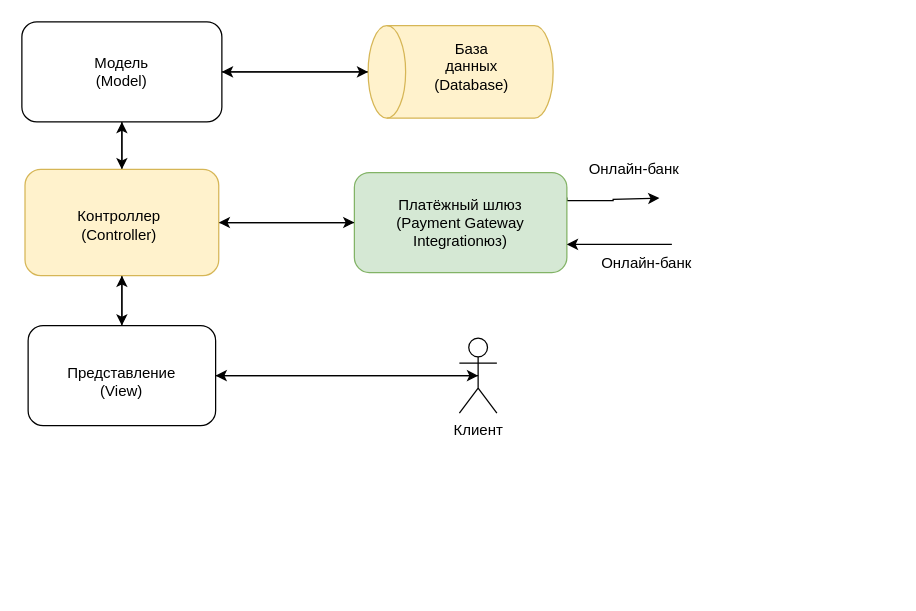
This is Структура интернет-магазина.drawio from kostya1962/Cyberimmunity, a draw.io file, before an edit. Source tidied: cells renumbered, new cells numbered last; positions are measured from the earlier drawing's top-left corner, leaving out a move shared by most shapes. Both pictures are drawn from the tidied source at 125%, with x=0, y=0 at pixel (21, -21).
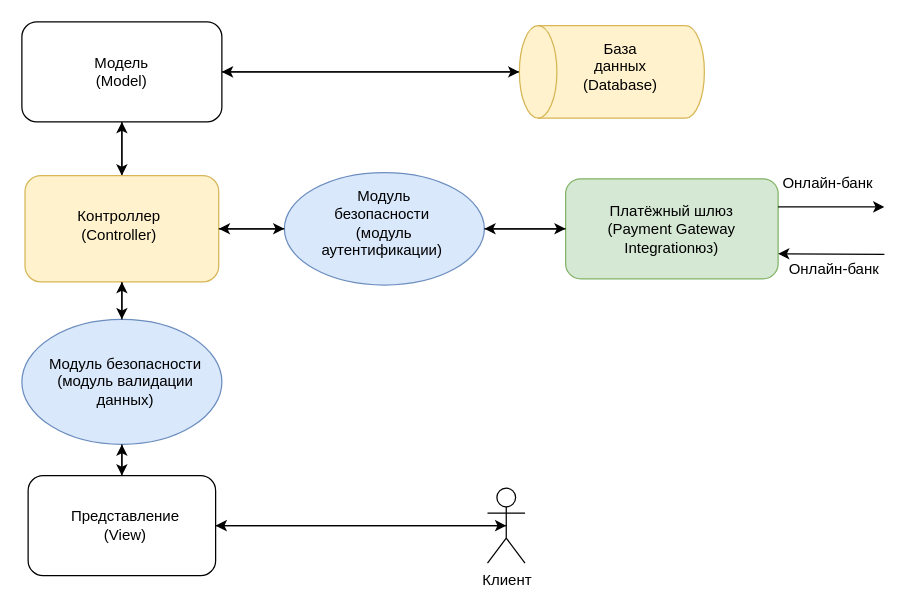
After the change.

Change to the diagram source:
```diff
@@
     <mxCell id="3" style="shape=cylinder3;whiteSpace=wrap;html=1;boundedLbl=1;backgroundOutline=1;size=15;rotation=-90;fillColor=#fff2cc;strokeColor=#d6b656;" parent="1" vertex="1">
-      <mxGeometry x="314" width="74" height="148" as="geometry" />
+      <mxGeometry x="435" width="74" height="148" as="geometry" />
     </mxCell>
-    <mxCell id="4" style="edgeStyle=orthogonalEdgeStyle;rounded=0;jettySize=auto;html=1;exitX=0;exitY=0.5;exitDx=0;exitDy=0;entryX=1;entryY=0.5;entryDx=0;entryDy=0;" parent="1" edge="1" source="6" target="12">
-      <mxGeometry relative="1" as="geometry" />
-    </mxCell>
-    <mxCell id="5" style="edgeStyle=orthogonalEdgeStyle;rounded=0;jettySize=auto;html=1;exitX=1;exitY=0.25;exitDx=0;exitDy=0;" parent="1" edge="1" source="6">
-      <mxGeometry relative="1" as="geometry">
-        <mxPoint x="510" y="175" as="targetPoint" />
-        <Array as="points">
-          <mxPoint x="436" y="177" />
-          <mxPoint x="473" y="177" />
-          <mxPoint x="473" y="176" />
-        </Array>
-      </mxGeometry>
-    </mxCell>
     <mxCell id="6" style="rounded=1;whiteSpace=wrap;html=1;fillColor=#d5e8d4;strokeColor=#82b366;" parent="1" vertex="1">
-      <mxGeometry x="266" y="154.5" width="170" height="80" as="geometry" />
+      <mxGeometry x="435" y="159.5" width="170" height="80" as="geometry" />
     </mxCell>
@@
-    <mxCell id="10" style="edgeStyle=orthogonalEdgeStyle;rounded=0;jettySize=auto;html=1;exitX=0.5;exitY=1;exitDx=0;exitDy=0;entryX=0.5;entryY=0;entryDx=0;entryDy=0;" parent="1" edge="1" source="12" target="14">
-      <mxGeometry relative="1" as="geometry" />
-    </mxCell>
-    <mxCell id="11" style="edgeStyle=orthogonalEdgeStyle;rounded=0;jettySize=auto;html=1;exitX=1;exitY=0.5;exitDx=0;exitDy=0;entryX=0;entryY=0.5;entryDx=0;entryDy=0;" parent="1" edge="1" source="12" target="6">
-      <mxGeometry relative="1" as="geometry" />
-    </mxCell>
     <mxCell id="12" style="rounded=1;whiteSpace=wrap;html=1;fillColor=#fff2cc;strokeColor=#d6b656;" parent="1" vertex="1">
-      <mxGeometry x="2.5" y="152" width="155" height="85" as="geometry" />
+      <mxGeometry x="2.5" y="157" width="155" height="85" as="geometry" />
     </mxCell>
-    <mxCell id="13" style="edgeStyle=orthogonalEdgeStyle;rounded=0;jettySize=auto;html=1;exitX=0.5;exitY=0;exitDx=0;exitDy=0;entryX=0.5;entryY=1;entryDx=0;entryDy=0;" parent="1" edge="1" source="14" target="12">
-      <mxGeometry relative="1" as="geometry" />
-    </mxCell>
     <mxCell id="14" style="rounded=1;whiteSpace=wrap;html=1;" parent="1" vertex="1">
-      <mxGeometry x="5" y="277" width="150" height="80" as="geometry" />
+      <mxGeometry x="5" y="397" width="150" height="80" as="geometry" />
     </mxCell>
     <mxCell id="15" value="Клиент" style="shape=umlActor;verticalLabelPosition=bottom;verticalAlign=top;html=1;outlineConnect=0;align=center;fontStyle=0;" parent="1" vertex="1">
-      <mxGeometry x="350" y="287" width="30" height="60" as="geometry" />
+      <mxGeometry x="372.5" y="407" width="30" height="60" as="geometry" />
     </mxCell>
@@
     <mxCell id="18" value="Представление (View)" style="text;html=1;align=center;verticalAlign=middle;whiteSpace=wrap;rounded=0;" parent="1" vertex="1">
-      <mxGeometry x="50" y="307" width="60" height="30" as="geometry" />
+      <mxGeometry x="52.5" y="422" width="60" height="30" as="geometry" />
     </mxCell>
     <mxCell id="19" value="База данных (Database)" style="text;html=1;align=center;verticalAlign=middle;whiteSpace=wrap;rounded=0;" parent="1" vertex="1">
-      <mxGeometry x="330" y="55" width="60" height="30" as="geometry" />
+      <mxGeometry x="449" y="55" width="60" height="30" as="geometry" />
     </mxCell>
     <mxCell id="20" value="Платёжный шлюз (Payment Gateway Integrationюз)" style="text;html=1;align=center;verticalAlign=middle;whiteSpace=wrap;rounded=0;" parent="1" vertex="1">
-      <mxGeometry x="291" y="179.5" width="120" height="30" as="geometry" />
+      <mxGeometry x="460" y="184.5" width="120" height="30" as="geometry" />
     </mxCell>
@@
-    <mxCell id="24" style="endArrow=classic;html=1;rounded=0;" parent="1" edge="1">
-      <mxGeometry relative="1" as="geometry">
-        <mxPoint x="520" y="212" as="sourcePoint" />
-        <mxPoint x="436" y="212" as="targetPoint" />
-        <Array as="points">
-          <mxPoint x="506" y="212" />
-        </Array>
-      </mxGeometry>
-    </mxCell>
     <mxCell id="25" value="Онлайн-банк" style="text;html=1;align=center;verticalAlign=middle;whiteSpace=wrap;rounded=0;" parent="1" vertex="1">
-      <mxGeometry x="450" y="137" width="80" height="30" as="geometry" />
+      <mxGeometry x="610" y="217" width="80" height="30" as="geometry" />
     </mxCell>
     <mxCell id="26" value="Онлайн-банк" style="text;html=1;align=center;verticalAlign=middle;whiteSpace=wrap;rounded=0;" parent="1" vertex="1">
-      <mxGeometry x="460" y="212" width="80" height="30" as="geometry" />
+      <mxGeometry x="605" y="148" width="80" height="30" as="geometry" />
     </mxCell>
+    <mxCell id="27" style="endArrow=classic;html=1;rounded=0;" parent="1" edge="1">
+      <mxGeometry relative="1" as="geometry">
+        <mxPoint x="605" y="182" as="sourcePoint" />
+        <mxPoint x="690" y="182" as="targetPoint" />
+      </mxGeometry>
+    </mxCell>
+    <mxCell id="28" style="endArrow=classic;html=1;rounded=0;entryX=1;entryY=0.75;entryDx=0;entryDy=0;" parent="1" edge="1" target="6">
+      <mxGeometry relative="1" as="geometry">
+        <mxPoint x="690" y="220" as="sourcePoint" />
+      </mxGeometry>
+    </mxCell>
+    <mxCell id="29" style="ellipse;whiteSpace=wrap;html=1;fillColor=#dae8fc;strokeColor=#6c8ebf;" parent="1" vertex="1">
+      <mxGeometry x="210" y="154.5" width="160" height="90" as="geometry" />
+    </mxCell>
+    <mxCell id="30" value="Модуль безопасности&amp;nbsp; (модуль аутентификации)&amp;nbsp;" style="text;html=1;align=center;verticalAlign=middle;whiteSpace=wrap;rounded=0;" parent="1" vertex="1">
+      <mxGeometry x="240" y="169.5" width="100" height="50" as="geometry" />
+    </mxCell>
+    <mxCell id="31" style="endArrow=classic;html=1;rounded=0;entryX=1;entryY=0.5;entryDx=0;entryDy=0;exitX=0;exitY=0.5;exitDx=0;exitDy=0;" parent="1" edge="1" source="29" target="12">
+      <mxGeometry relative="1" as="geometry" />
+    </mxCell>
+    <mxCell id="32" style="endArrow=classic;html=1;rounded=0;exitX=1;exitY=0.5;exitDx=0;exitDy=0;entryX=0;entryY=0.5;entryDx=0;entryDy=0;" parent="1" edge="1" source="12" target="29">
+      <mxGeometry relative="1" as="geometry" />
+    </mxCell>
+    <mxCell id="33" style="endArrow=classic;html=1;rounded=0;entryX=0;entryY=0.5;entryDx=0;entryDy=0;exitX=1;exitY=0.5;exitDx=0;exitDy=0;" parent="1" edge="1" source="29" target="6">
+      <mxGeometry relative="1" as="geometry" />
+    </mxCell>
+    <mxCell id="34" style="endArrow=classic;html=1;rounded=0;entryX=1;entryY=0.5;entryDx=0;entryDy=0;exitX=0;exitY=0.5;exitDx=0;exitDy=0;" parent="1" edge="1" source="6" target="29">
+      <mxGeometry relative="1" as="geometry" />
+    </mxCell>
+    <mxCell id="35" style="ellipse;whiteSpace=wrap;html=1;fillColor=#dae8fc;strokeColor=#6c8ebf;" parent="1" vertex="1">
+      <mxGeometry y="272" width="160" height="100" as="geometry" />
+    </mxCell>
+    <mxCell id="36" value="Модуль безопасности (модуль валидации данных)" style="text;html=1;align=center;verticalAlign=middle;whiteSpace=wrap;rounded=0;" parent="1" vertex="1">
+      <mxGeometry x="17.5" y="307" width="130" height="30" as="geometry" />
+    </mxCell>
+    <mxCell id="37" style="endArrow=classic;html=1;rounded=0;exitX=0.5;exitY=0;exitDx=0;exitDy=0;entryX=0.5;entryY=1;entryDx=0;entryDy=0;" parent="1" edge="1" source="14" target="35">
+      <mxGeometry relative="1" as="geometry" />
+    </mxCell>
+    <mxCell id="38" style="endArrow=classic;html=1;rounded=0;exitX=0.5;exitY=1;exitDx=0;exitDy=0;entryX=0.5;entryY=0;entryDx=0;entryDy=0;" parent="1" edge="1" source="35" target="14">
+      <mxGeometry relative="1" as="geometry" />
+    </mxCell>
+    <mxCell id="39" style="endArrow=classic;html=1;rounded=0;exitX=0.5;exitY=0;exitDx=0;exitDy=0;entryX=0.5;entryY=1;entryDx=0;entryDy=0;" parent="1" edge="1" source="35" target="12">
+      <mxGeometry relative="1" as="geometry" />
+    </mxCell>
+    <mxCell id="40" style="endArrow=classic;html=1;rounded=0;exitX=0.5;exitY=1;exitDx=0;exitDy=0;entryX=0.5;entryY=0;entryDx=0;entryDy=0;" parent="1" edge="1" source="12" target="35">
+      <mxGeometry relative="1" as="geometry" />
+    </mxCell>
```
